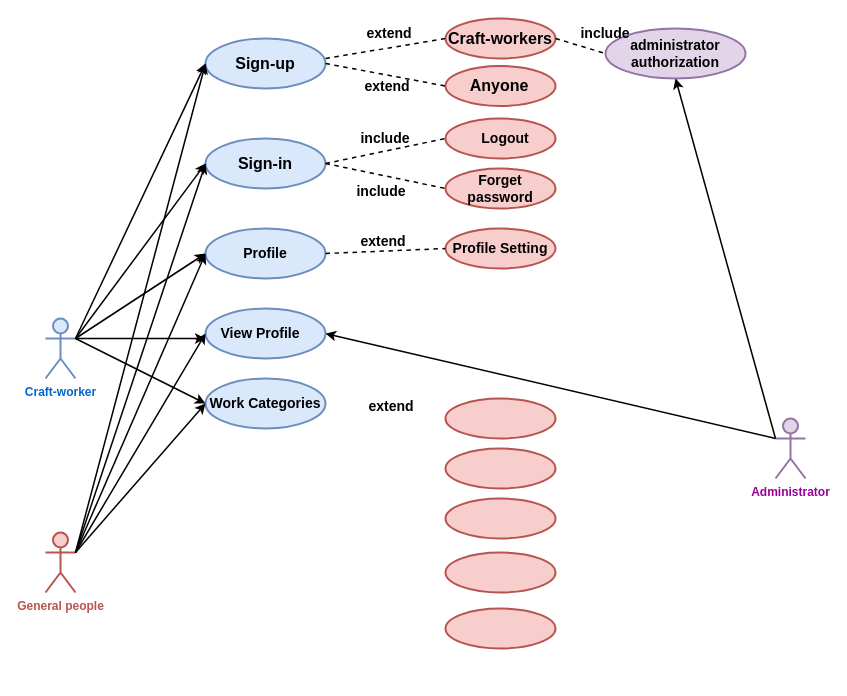
Earlier version of the draw.io diagram se231use.drawio (Fatema-A-Ferdaus/se231). Source tidied: cells renumbered, new cells numbered last; positions are measured from the earlier drawing's top-left corner, leaving out a move shared by most shapes. Both pictures are drawn from the tidied source at 100%, with x=0, y=0 at pixel (45, 18).
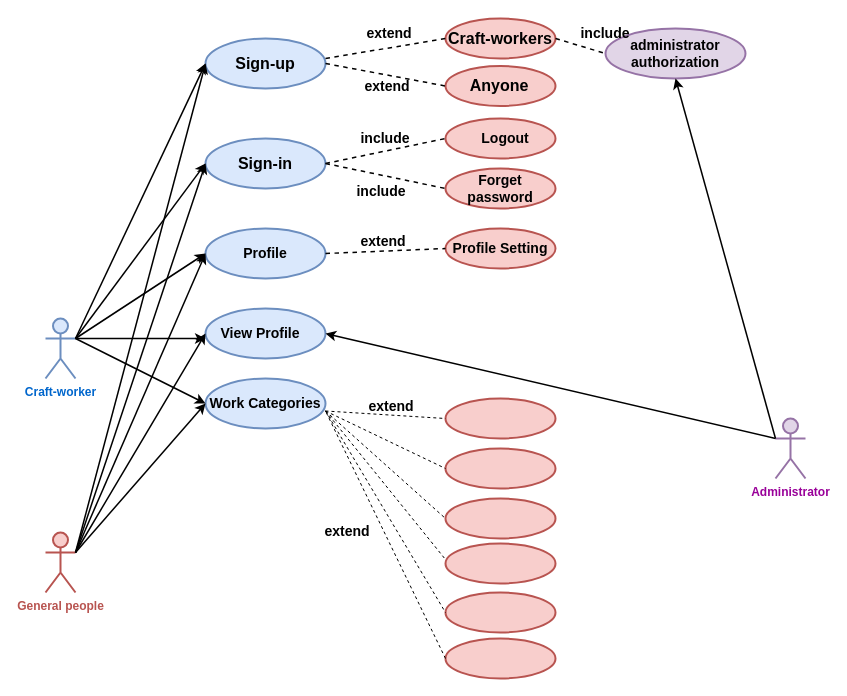
Above is the later version.

The change refers to these unchanged cells:
```xml
<mxCell id="48" value="&lt;b&gt;Work &lt;span style=&quot;font-family: &amp;#34;arial&amp;#34; ; color: rgb(0 , 0 , 0) ; background-color: transparent ; font-style: normal ; font-variant: normal ; text-decoration: none ; vertical-align: baseline&quot; id=&quot;docs-internal-guid-b7d664e6-7fff-4944-9143-4917c589e76c&quot;&gt;Categories&lt;/span&gt;&lt;/b&gt;" style="text;html=1;strokeColor=none;fillColor=none;align=center;verticalAlign=middle;whiteSpace=wrap;rounded=0;fontSize=14;fontColor=#000000;" parent="1" vertex="1">
  <mxGeometry x="160" y="370" width="120" height="30" as="geometry" />
</mxCell>
<mxCell id="51" style="ellipse;whiteSpace=wrap;html=1;strokeColor=#b85450;strokeWidth=2;fillColor=#f8cecc;" parent="1" vertex="1">
  <mxGeometry x="400" y="430" width="110" height="40" as="geometry" />
</mxCell>
<mxCell id="52" style="ellipse;whiteSpace=wrap;html=1;strokeColor=#b85450;strokeWidth=2;fillColor=#f8cecc;" parent="1" vertex="1">
  <mxGeometry x="400" y="380" width="110" height="40" as="geometry" />
</mxCell>
<mxCell id="53" style="ellipse;whiteSpace=wrap;html=1;strokeColor=#b85450;strokeWidth=2;fillColor=#f8cecc;" parent="1" vertex="1">
  <mxGeometry x="400" y="480" width="110" height="40" as="geometry" />
</mxCell>
```

Change to the diagram source:
```diff
@@
     <mxCell id="54" style="ellipse;whiteSpace=wrap;html=1;strokeColor=#b85450;strokeWidth=2;fillColor=#f8cecc;" parent="1" vertex="1">
-      <mxGeometry x="400" y="534" width="110" height="40" as="geometry" />
+      <mxGeometry x="400" y="525" width="110" height="40" as="geometry" />
     </mxCell>
     <mxCell id="55" style="ellipse;whiteSpace=wrap;html=1;strokeColor=#b85450;strokeWidth=2;fillColor=#f8cecc;" parent="1" vertex="1">
-      <mxGeometry x="400" y="590" width="110" height="40" as="geometry" />
+      <mxGeometry x="400" y="574" width="110" height="40" as="geometry" />
     </mxCell>
@@
+    <mxCell id="57" style="endArrow=none;dashed=1;html=1;rounded=0;entryX=0;entryY=0.5;entryDx=0;entryDy=0;exitX=1;exitY=0.75;exitDx=0;exitDy=0;" parent="1" edge="1" source="48" target="52">
+      <mxGeometry relative="1" as="geometry" />
+    </mxCell>
+    <mxCell id="58" style="endArrow=none;dashed=1;html=1;rounded=0;entryX=0;entryY=0.5;entryDx=0;entryDy=0;exitX=1;exitY=0.75;exitDx=0;exitDy=0;" parent="1" edge="1" source="48" target="51">
+      <mxGeometry relative="1" as="geometry" />
+    </mxCell>
+    <mxCell id="59" style="endArrow=none;dashed=1;html=1;rounded=0;entryX=0;entryY=0.5;entryDx=0;entryDy=0;exitX=1;exitY=0.75;exitDx=0;exitDy=0;" parent="1" edge="1" source="48" target="53">
+      <mxGeometry relative="1" as="geometry" />
+    </mxCell>
+    <mxCell id="60" style="endArrow=none;dashed=1;html=1;rounded=0;entryX=0;entryY=0.4;entryDx=0;entryDy=0;entryPerimeter=0;exitX=1;exitY=0.75;exitDx=0;exitDy=0;" parent="1" edge="1" source="48" target="54">
+      <mxGeometry relative="1" as="geometry" />
+    </mxCell>
+    <mxCell id="61" style="endArrow=none;dashed=1;html=1;rounded=0;exitX=1;exitY=0.75;exitDx=0;exitDy=0;entryX=0;entryY=0.5;entryDx=0;entryDy=0;" parent="1" edge="1" source="48" target="55">
+      <mxGeometry relative="1" as="geometry" />
+    </mxCell>
+    <mxCell id="62" style="ellipse;whiteSpace=wrap;html=1;strokeColor=#b85450;strokeWidth=2;fillColor=#f8cecc;" parent="1" vertex="1">
+      <mxGeometry x="400" y="620" width="110" height="40" as="geometry" />
+    </mxCell>
+    <mxCell id="63" style="endArrow=none;dashed=1;html=1;rounded=0;exitX=0;exitY=0.5;exitDx=0;exitDy=0;entryX=1;entryY=0.75;entryDx=0;entryDy=0;" parent="1" edge="1" source="62" target="48">
+      <mxGeometry relative="1" as="geometry" />
+    </mxCell>
+    <mxCell id="64" value="&lt;font size=&quot;1&quot;&gt;&lt;b style=&quot;font-size: 14px&quot;&gt;extend&lt;/b&gt;&lt;/font&gt;" style="text;html=1;align=center;verticalAlign=middle;whiteSpace=wrap;rounded=0;" parent="1" vertex="1">
+      <mxGeometry x="270" y="500" width="64" height="25" as="geometry" />
+    </mxCell>
```
